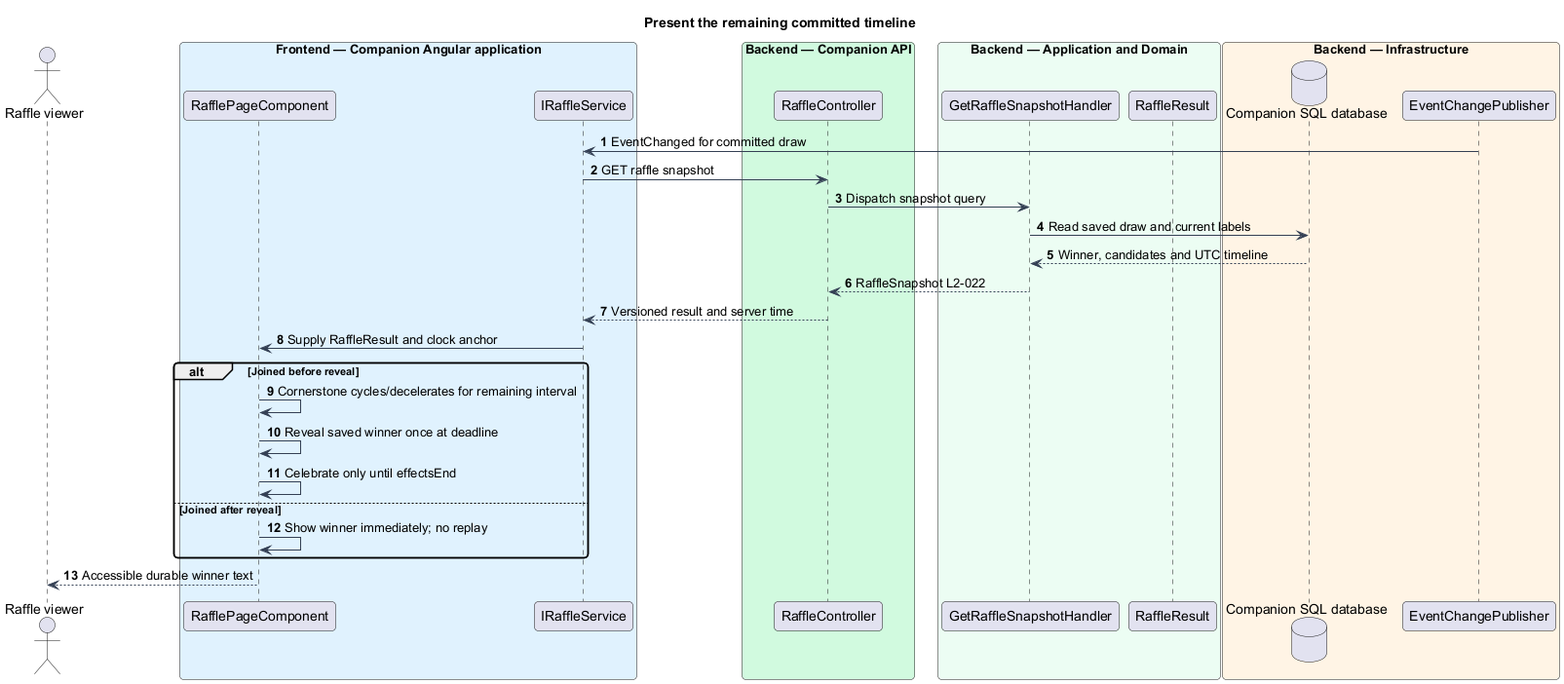
The PlantUML diagram docs/detailed-designs/raffle/present-draw/diagrams/sequence-present.png in QuinntyneBrown/faithtech-toronto-ai-build-event, before a commit.
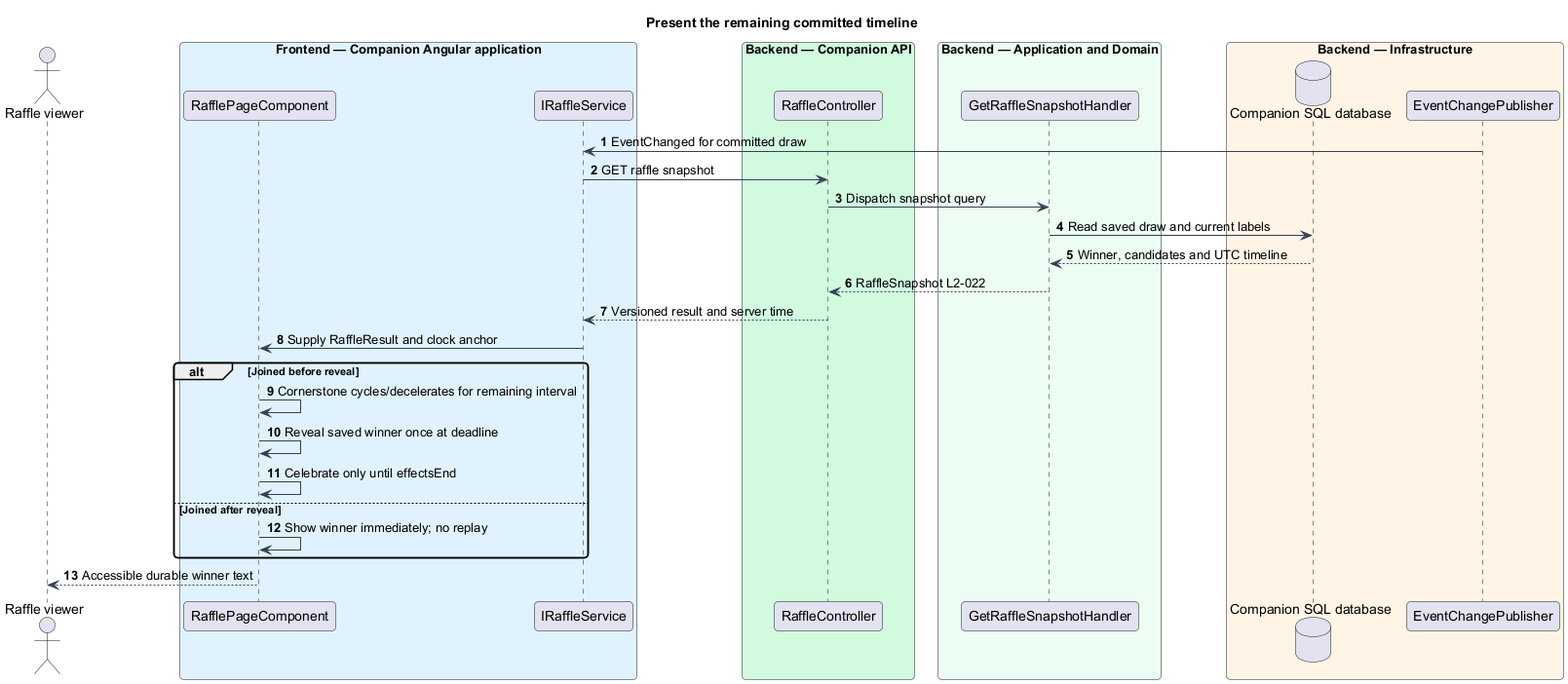
The same diagram one commit later.

Change to the diagram source:
```diff
@@ -16,7 +16,6 @@
 end box
 box "Backend — Application and Domain" #ECFDF3
 participant "GetRaffleSnapshotHandler" as handler
-participant "RaffleResult" as entity
 end box
 box "Backend — Infrastructure" #FFF4E5
 database "Companion SQL database" as db
```
